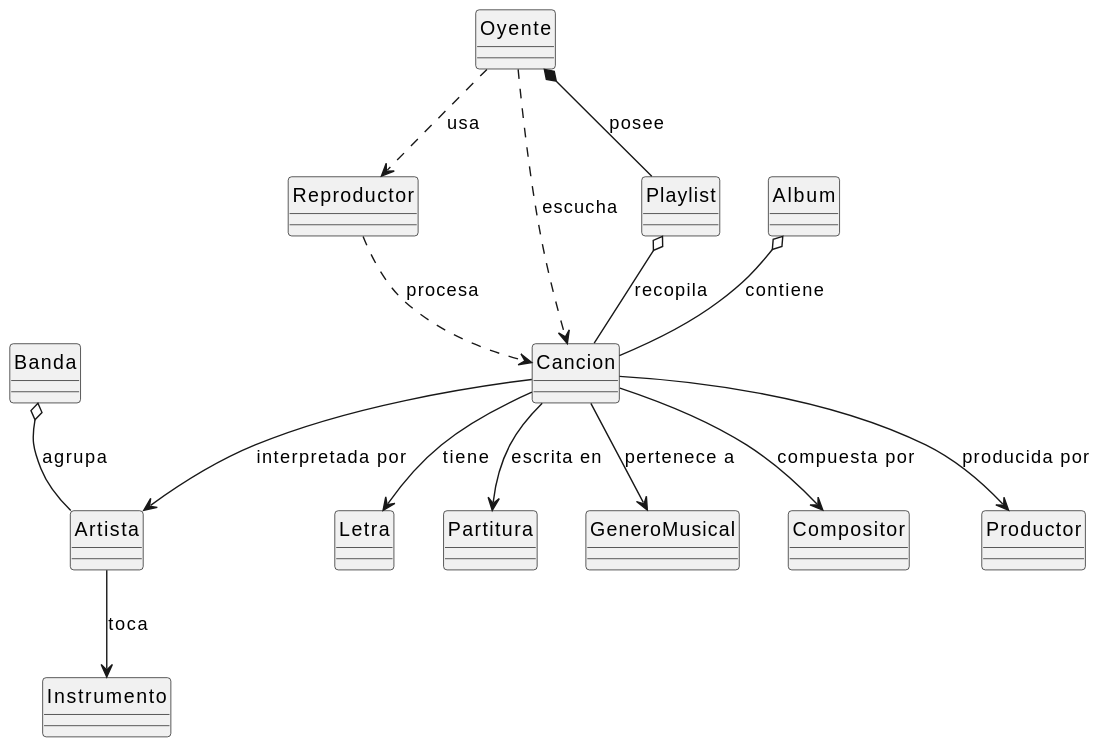
Earlier version of the PlantUML export entregas/AndersonLiam/modeloUML/ecosistema_musical.svg (mmasias/25-26-IDSW2).
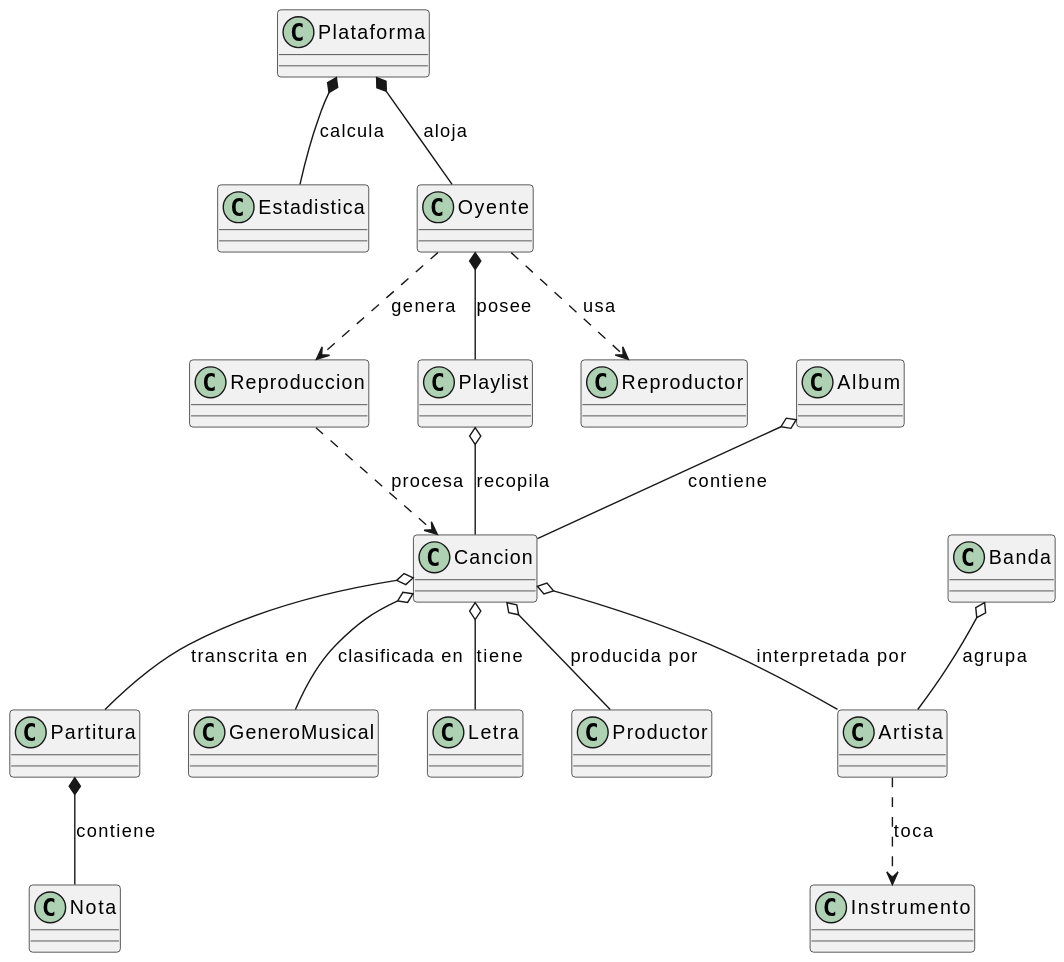
After the change.

What changed in the source:
```diff
@@ -1,36 +1,37 @@
 @startuml
-skinparam style strictuml
-skinparam classAttributeIconSize 0
-
+class Plataforma
+class Estadistica
+class Reproduccion
+class Oyente
+class Playlist
+class Reproductor
+class Cancion
+class Partitura
+class Nota
+class GeneroMusical
 class Letra
-class Partitura
-class GeneroMusical
-class Compositor
 class Productor
-class Instrumento
-class Reproductor
+class Album
 class Banda
 class Artista
-class Cancion
-class Album
-class Playlist
-class Oyente
+class Instrumento
+
+Plataforma *-- Oyente : aloja
+Plataforma *-- Estadistica : calcula
+Oyente *-- Playlist : posee
+Partitura *-- Nota : contiene
 
 Banda o-- Artista : agrupa
 Album o-- Cancion : contiene
 Playlist o-- Cancion : recopila
+Cancion o-- Letra : tiene
+Cancion o-- Partitura : transcrita en
+Cancion o-- GeneroMusical : clasificada en
+Cancion o-- Productor : producida por
+Cancion o-- Artista : interpretada por
 
-Oyente *-- Playlist : posee
-
-Artista --> Instrumento : toca
-Cancion --> Letra : tiene
-Cancion --> Partitura : escrita en
-Cancion --> GeneroMusical : pertenece a
-Cancion --> Compositor : compuesta por
-Cancion --> Productor : producida por
-Cancion --> Artista : interpretada por
-
-Oyente ..> Cancion : escucha
 Oyente ..> Reproductor : usa
-Reproductor ..> Cancion : procesa
+Oyente ..> Reproduccion : genera
+Reproduccion ..> Cancion : procesa
+Artista ..> Instrumento : toca
 @enduml
```
